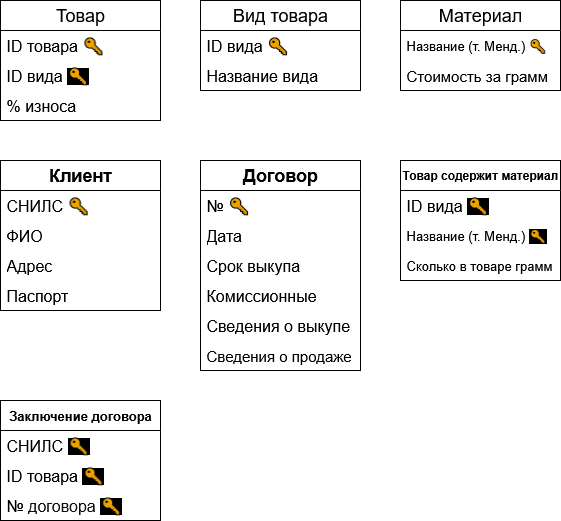
Above: Ломбард_Реляционная.drawio.png in staretc/Pawnshop_DB (draw.io), before the change. Source tidied: cells renumbered, new cells last; positions are measured from the earlier drawing's top-left corner, leaving out a move shared by most shapes.
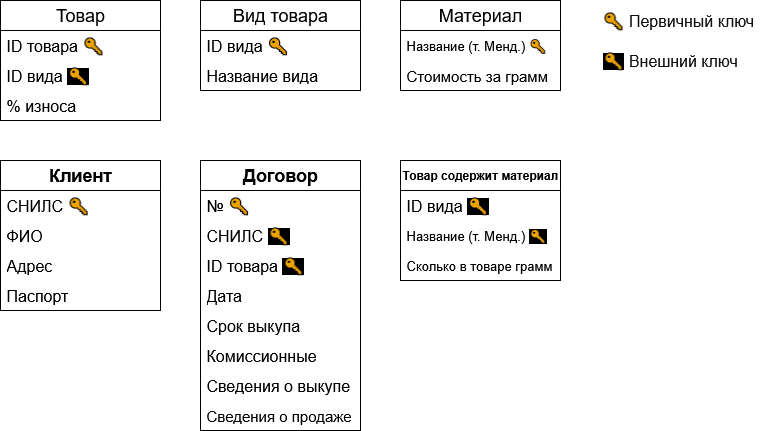
After the commit.

Commit message:
Updated new model and added marks

The edit, as a diff of the source:
```diff
@@ -60,37 +60,37 @@
       <mxGeometry y="120" width="160" height="30" as="geometry" />
     </mxCell>
     <mxCell id="21" value="&lt;font style=&quot;font-size: 18px;&quot;&gt;&lt;b&gt;Договор&lt;/b&gt;&lt;br&gt;&lt;/font&gt;" style="swimlane;fontStyle=0;horizontal=1;startSize=30;whiteSpace=wrap;html=1;" parent="1" vertex="1">
-      <mxGeometry x="200" y="160" width="160" height="210" as="geometry" />
+      <mxGeometry x="200" y="160" width="160" height="270" as="geometry" />
     </mxCell>
     <mxCell id="22" value="&lt;font style=&quot;font-size: 16px;&quot;&gt;№&lt;span style=&quot;color: rgb(17, 17, 17); font-family: Arial, sans-serif; text-align: right;&quot;&gt; 🔑&lt;/span&gt;&lt;/font&gt;" style="text;strokeColor=none;fillColor=none;align=left;verticalAlign=middle;spacingLeft=4;spacingRight=4;overflow=hidden;whiteSpace=wrap;html=1;" parent="21" vertex="1">
       <mxGeometry y="30" width="160" height="30" as="geometry" />
     </mxCell>
+    <mxCell id="29" value="&lt;font style=&quot;font-size: 16px;&quot;&gt;СНИЛС &lt;span style=&quot;color: rgb(17, 17, 17); font-family: Arial, sans-serif; text-align: right; background-color: rgb(0, 0, 0);&quot;&gt;🔑&lt;/span&gt;&lt;/font&gt;" style="text;strokeColor=none;fillColor=none;align=left;verticalAlign=middle;spacingLeft=4;spacingRight=4;overflow=hidden;whiteSpace=wrap;html=1;" parent="21" vertex="1">
+      <mxGeometry y="60" width="160" height="30" as="geometry" />
+    </mxCell>
+    <mxCell id="30" value="&lt;font style=&quot;font-size: 16px;&quot;&gt;ID товара&amp;nbsp;&lt;span style=&quot;color: rgb(17, 17, 17); font-family: Arial, sans-serif; text-align: right; background-color: rgb(0, 0, 0);&quot;&gt;🔑&lt;/span&gt;&lt;/font&gt;" style="text;strokeColor=none;fillColor=none;align=left;verticalAlign=middle;spacingLeft=4;spacingRight=4;overflow=hidden;whiteSpace=wrap;html=1;" parent="21" vertex="1">
+      <mxGeometry y="90" width="160" height="30" as="geometry" />
+    </mxCell>
     <mxCell id="23" value="&lt;font style=&quot;font-size: 16px;&quot;&gt;Дата&lt;/font&gt;" style="text;strokeColor=none;fillColor=none;align=left;verticalAlign=middle;spacingLeft=4;spacingRight=4;overflow=hidden;whiteSpace=wrap;html=1;" parent="21" vertex="1">
-      <mxGeometry y="60" width="160" height="30" as="geometry" />
+      <mxGeometry y="120" width="160" height="30" as="geometry" />
     </mxCell>
     <mxCell id="24" value="&lt;font style=&quot;font-size: 16px;&quot;&gt;Срок выкупа&lt;br&gt;&lt;/font&gt;" style="text;strokeColor=none;fillColor=none;align=left;verticalAlign=middle;spacingLeft=4;spacingRight=4;overflow=hidden;whiteSpace=wrap;html=1;" parent="21" vertex="1">
-      <mxGeometry y="90" width="160" height="30" as="geometry" />
+      <mxGeometry y="150" width="160" height="30" as="geometry" />
     </mxCell>
     <mxCell id="25" value="&lt;font style=&quot;font-size: 16px;&quot;&gt;Комиссионные&lt;/font&gt;" style="text;strokeColor=none;fillColor=none;align=left;verticalAlign=middle;spacingLeft=4;spacingRight=4;overflow=hidden;whiteSpace=wrap;html=1;" parent="21" vertex="1">
-      <mxGeometry y="120" width="160" height="30" as="geometry" />
+      <mxGeometry y="180" width="160" height="30" as="geometry" />
     </mxCell>
     <mxCell id="26" value="&lt;font style=&quot;font-size: 16px;&quot;&gt;Сведения о выкупе&lt;br&gt;&lt;/font&gt;" style="text;strokeColor=none;fillColor=none;align=left;verticalAlign=middle;spacingLeft=4;spacingRight=4;overflow=hidden;whiteSpace=wrap;html=1;" parent="21" vertex="1">
-      <mxGeometry y="150" width="160" height="30" as="geometry" />
+      <mxGeometry y="210" width="160" height="30" as="geometry" />
     </mxCell>
     <mxCell id="27" value="&lt;font style=&quot;font-size: 15px;&quot;&gt;Сведения о продаже&lt;/font&gt;" style="text;strokeColor=none;fillColor=none;align=left;verticalAlign=middle;spacingLeft=4;spacingRight=4;overflow=hidden;whiteSpace=wrap;html=1;" parent="21" vertex="1">
-      <mxGeometry y="180" width="160" height="30" as="geometry" />
+      <mxGeometry y="240" width="160" height="30" as="geometry" />
     </mxCell>
-    <mxCell id="28" value="&lt;font style=&quot;font-size: 13px;&quot;&gt;&lt;b&gt;Заключение договора&lt;br&gt;&lt;/b&gt;&lt;/font&gt;" style="swimlane;fontStyle=0;horizontal=1;startSize=30;whiteSpace=wrap;html=1;" parent="1" vertex="1">
-      <mxGeometry y="400" width="160" height="120" as="geometry" />
-    </mxCell>
-    <mxCell id="29" value="&lt;font style=&quot;font-size: 16px;&quot;&gt;СНИЛС &lt;span style=&quot;color: rgb(17, 17, 17); font-family: Arial, sans-serif; text-align: right; background-color: rgb(0, 0, 0);&quot;&gt;🔑&lt;/span&gt;&lt;/font&gt;" style="text;strokeColor=none;fillColor=none;align=left;verticalAlign=middle;spacingLeft=4;spacingRight=4;overflow=hidden;whiteSpace=wrap;html=1;" parent="28" vertex="1">
-      <mxGeometry y="30" width="160" height="30" as="geometry" />
-    </mxCell>
-    <mxCell id="30" value="&lt;font style=&quot;font-size: 16px;&quot;&gt;ID товара&amp;nbsp;&lt;span style=&quot;color: rgb(17, 17, 17); font-family: Arial, sans-serif; text-align: right; background-color: rgb(0, 0, 0);&quot;&gt;🔑&lt;/span&gt;&lt;/font&gt;" style="text;strokeColor=none;fillColor=none;align=left;verticalAlign=middle;spacingLeft=4;spacingRight=4;overflow=hidden;whiteSpace=wrap;html=1;" parent="28" vertex="1">
-      <mxGeometry y="60" width="160" height="30" as="geometry" />
-    </mxCell>
-    <mxCell id="31" value="&lt;font style=&quot;font-size: 16px;&quot;&gt;№&lt;span style=&quot;color: rgb(17, 17, 17); font-family: Arial, sans-serif; text-align: right;&quot;&gt; договора &lt;span style=&quot;background-color: rgb(255, 255, 255);&quot;&gt;&lt;span style=&quot;background-color: rgb(0, 0, 0);&quot;&gt;🔑&lt;/span&gt;&lt;/span&gt;&lt;/span&gt;&lt;/font&gt;" style="text;strokeColor=none;fillColor=none;align=left;verticalAlign=middle;spacingLeft=4;spacingRight=4;overflow=hidden;whiteSpace=wrap;html=1;" parent="28" vertex="1">
-      <mxGeometry y="90" width="160" height="30" as="geometry" />
-    </mxCell>
+    <mxCell id="32" value="&lt;div align=&quot;left&quot;&gt;&lt;font style=&quot;font-size: 16px;&quot;&gt;&lt;span style=&quot;color: rgb(17, 17, 17); font-family: Arial, sans-serif;&quot;&gt;🔑 Первичный ключ&lt;/span&gt;&lt;/font&gt;&lt;/div&gt;" style="text;html=1;align=left;verticalAlign=middle;whiteSpace=wrap;rounded=0;" parent="1" vertex="1">
+      <mxGeometry x="600" width="160" height="40" as="geometry" />
+    </mxCell>
+    <mxCell id="33" value="&lt;div align=&quot;left&quot;&gt;&lt;font style=&quot;font-size: 16px;&quot;&gt;&lt;span style=&quot;color: rgb(17, 17, 17); font-family: Arial, sans-serif;&quot;&gt;&lt;span&gt;&lt;span style=&quot;background-color: light-dark(#ffffff, var(--ge-dark-color, #121212));&quot;&gt;&lt;span style=&quot;background-color: rgb(0, 0, 0);&quot;&gt;🔑&lt;/span&gt;&lt;/span&gt;&lt;/span&gt; Внешний ключ&lt;/span&gt;&lt;/font&gt;&lt;/div&gt;" style="text;html=1;align=left;verticalAlign=middle;whiteSpace=wrap;rounded=0;" parent="1" vertex="1">
+      <mxGeometry x="600" y="40" width="160" height="40" as="geometry" />
+    </mxCell>
   </root>
 </mxGraphModel>
```
